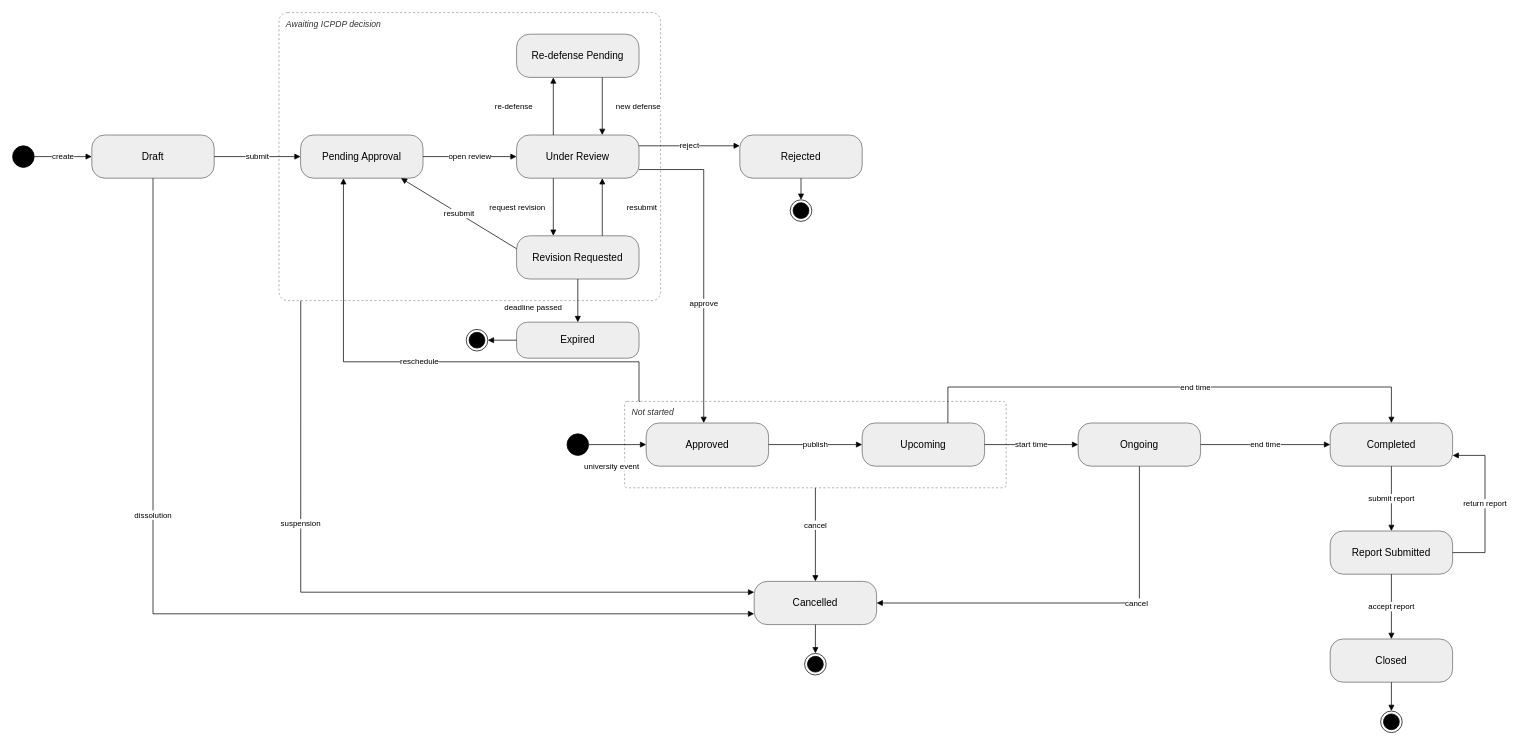
The draw.io diagram page "Event" (6 of 9) of docs/03-diagrams/UCMS_State_Diagrams.drawio in nvdekay/ClubManagementSystem, before the edit. Source tidied: cells renumbered, new cells numbered last; positions are measured from the earlier drawing's top-left corner, leaving out a move shared by most shapes. Both pictures are drawn from the tidied source at 72%, with x=0, y=0 at pixel (12, 12).
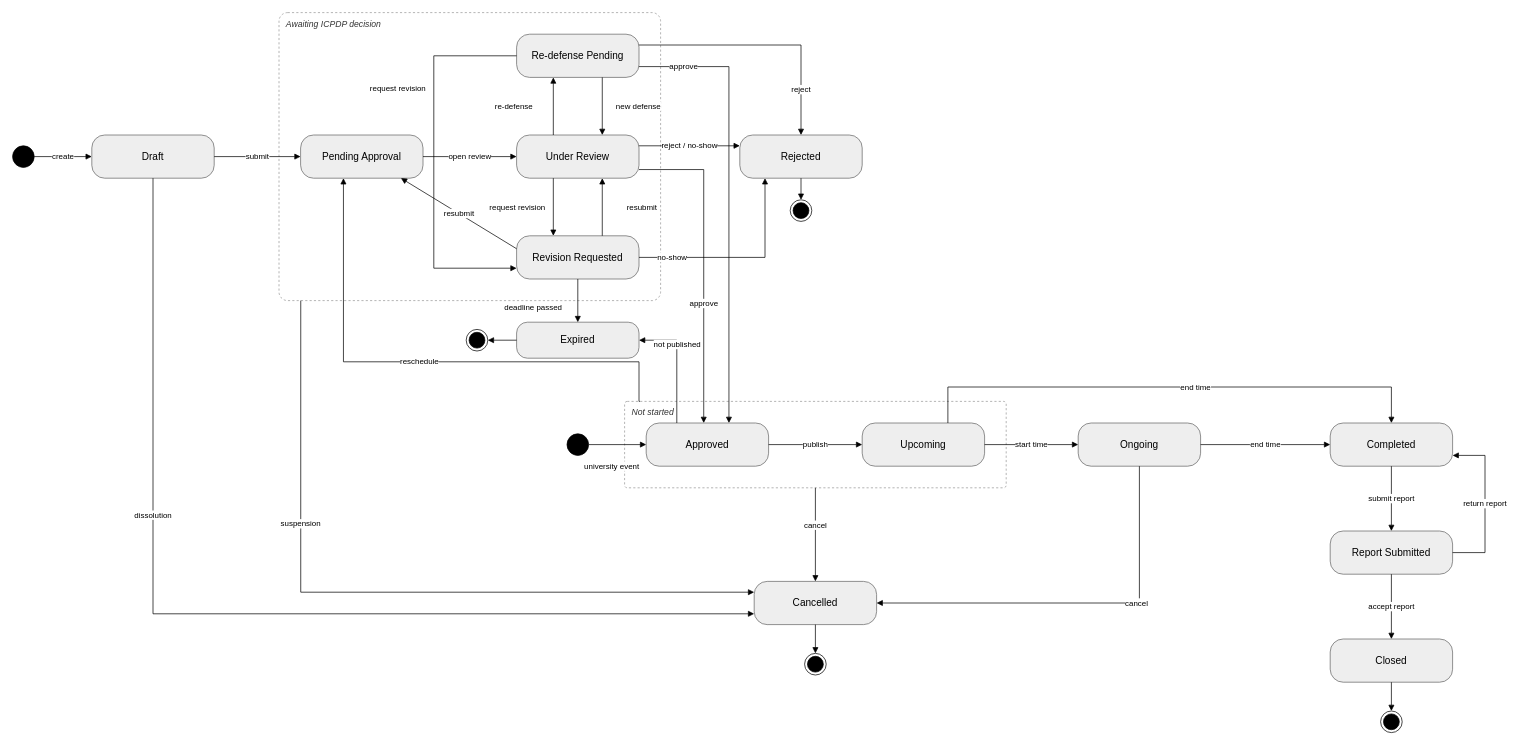
Above is the later version.

Commit message (it also covers changes not shown here):
docs(diagrams): add Approved->Expired, Re-defense Pending decisions and no-show to Event state diagram

The change refers to these unchanged cells:
```xml
<mxCell id="5" value="Re-defense Pending" style="rounded=1;arcSize=30;whiteSpace=wrap;html=1;fillColor=#eeeeee;strokeColor=#666666;fontSize=14;" parent="1" vertex="1">
  <mxGeometry x="700" y="30" width="170" height="60" as="geometry" />
</mxCell>
<mxCell id="7" value="Under Review" style="rounded=1;arcSize=30;whiteSpace=wrap;html=1;fillColor=#eeeeee;strokeColor=#666666;fontSize=14;" parent="1" vertex="1">
  <mxGeometry x="700" y="170" width="170" height="60" as="geometry" />
</mxCell>
<mxCell id="8" value="Revision Requested" style="rounded=1;arcSize=30;whiteSpace=wrap;html=1;fillColor=#eeeeee;strokeColor=#666666;fontSize=14;" parent="1" vertex="1">
  <mxGeometry x="700" y="310" width="170" height="60" as="geometry" />
</mxCell>
<mxCell id="9" value="Expired" style="rounded=1;arcSize=30;whiteSpace=wrap;html=1;fillColor=#eeeeee;strokeColor=#666666;fontSize=14;" parent="1" vertex="1">
  <mxGeometry x="700" y="430" width="170" height="50" as="geometry" />
</mxCell>
<mxCell id="11" value="Rejected" style="rounded=1;arcSize=30;whiteSpace=wrap;html=1;fillColor=#eeeeee;strokeColor=#666666;fontSize=14;" parent="1" vertex="1">
  <mxGeometry x="1010" y="170" width="170" height="60" as="geometry" />
</mxCell>
<mxCell id="14" value="Approved" style="rounded=1;arcSize=30;whiteSpace=wrap;html=1;fillColor=#eeeeee;strokeColor=#666666;fontSize=14;" parent="1" vertex="1">
  <mxGeometry x="880" y="570" width="170" height="60" as="geometry" />
</mxCell>
```

What changed in the source:
```diff
@@
-    <mxCell id="34" value="reject" style="endArrow=block;endFill=1;html=1;rounded=0;fontSize=11;labelBackgroundColor=#ffffff;exitX=1;exitY=0.25;exitDx=0;exitDy=0;entryX=0;entryY=0.25;entryDx=0;entryDy=0;" parent="1" edge="1" source="7" target="11">
+    <mxCell id="34" value="reject / no-show" style="endArrow=block;endFill=1;html=1;rounded=0;fontSize=11;labelBackgroundColor=#ffffff;exitX=1;exitY=0.25;exitDx=0;exitDy=0;entryX=0;entryY=0.25;entryDx=0;entryDy=0;" parent="1" edge="1" source="7" target="11">
       <mxGeometry relative="1" as="geometry" />
     </mxCell>
@@
+    <mxCell id="52" value="approve" style="endArrow=block;endFill=1;html=1;rounded=0;fontSize=11;labelBackgroundColor=#ffffff;exitX=1;exitY=0.75;exitDx=0;exitDy=0;entryX=0.676;entryY=0;entryDx=0;entryDy=0;edgeStyle=orthogonalEdgeStyle;" parent="1" edge="1" source="5" target="14">
+      <mxGeometry x="-0.8" relative="1" as="geometry">
+        <Array as="points">
+          <mxPoint x="995" y="75" />
+        </Array>
+      </mxGeometry>
+    </mxCell>
+    <mxCell id="53" value="reject" style="endArrow=block;endFill=1;html=1;rounded=0;fontSize=11;labelBackgroundColor=#ffffff;exitX=1;exitY=0.25;exitDx=0;exitDy=0;entryX=0.5;entryY=0;entryDx=0;entryDy=0;edgeStyle=orthogonalEdgeStyle;" parent="1" edge="1" source="5" target="11">
+      <mxGeometry x="0.64" relative="1" as="geometry">
+        <Array as="points">
+          <mxPoint x="1095" y="45" />
+        </Array>
+      </mxGeometry>
+    </mxCell>
+    <mxCell id="54" value="request revision" style="endArrow=block;endFill=1;html=1;rounded=0;fontSize=11;labelBackgroundColor=#ffffff;exitX=0;exitY=0.5;exitDx=0;exitDy=0;entryX=0;entryY=0.75;entryDx=0;entryDy=0;edgeStyle=orthogonalEdgeStyle;" parent="1" edge="1" source="5" target="8">
+      <mxGeometry x="-0.39" relative="1" as="geometry">
+        <Array as="points">
+          <mxPoint x="585" y="60" />
+          <mxPoint x="585" y="355" />
+        </Array>
+        <mxPoint x="-50" as="offset" />
+      </mxGeometry>
+    </mxCell>
+    <mxCell id="55" value="no-show" style="endArrow=block;endFill=1;html=1;rounded=0;fontSize=11;labelBackgroundColor=#ffffff;exitX=1;exitY=0.5;exitDx=0;exitDy=0;entryX=0.206;entryY=1;entryDx=0;entryDy=0;edgeStyle=orthogonalEdgeStyle;" parent="1" edge="1" source="8" target="11">
+      <mxGeometry x="-0.68" relative="1" as="geometry">
+        <Array as="points">
+          <mxPoint x="1045" y="340" />
+        </Array>
+      </mxGeometry>
+    </mxCell>
+    <mxCell id="56" value="not published" style="endArrow=block;endFill=1;html=1;rounded=0;fontSize=11;labelBackgroundColor=#ffffff;exitX=0.25;exitY=0;exitDx=0;exitDy=0;entryX=1;entryY=0.5;entryDx=0;entryDy=0;edgeStyle=orthogonalEdgeStyle;" parent="1" edge="1" source="14" target="9">
+      <mxGeometry x="0.3" relative="1" as="geometry">
+        <Array as="points">
+          <mxPoint x="922.5" y="455" />
+        </Array>
+      </mxGeometry>
+    </mxCell>
```
